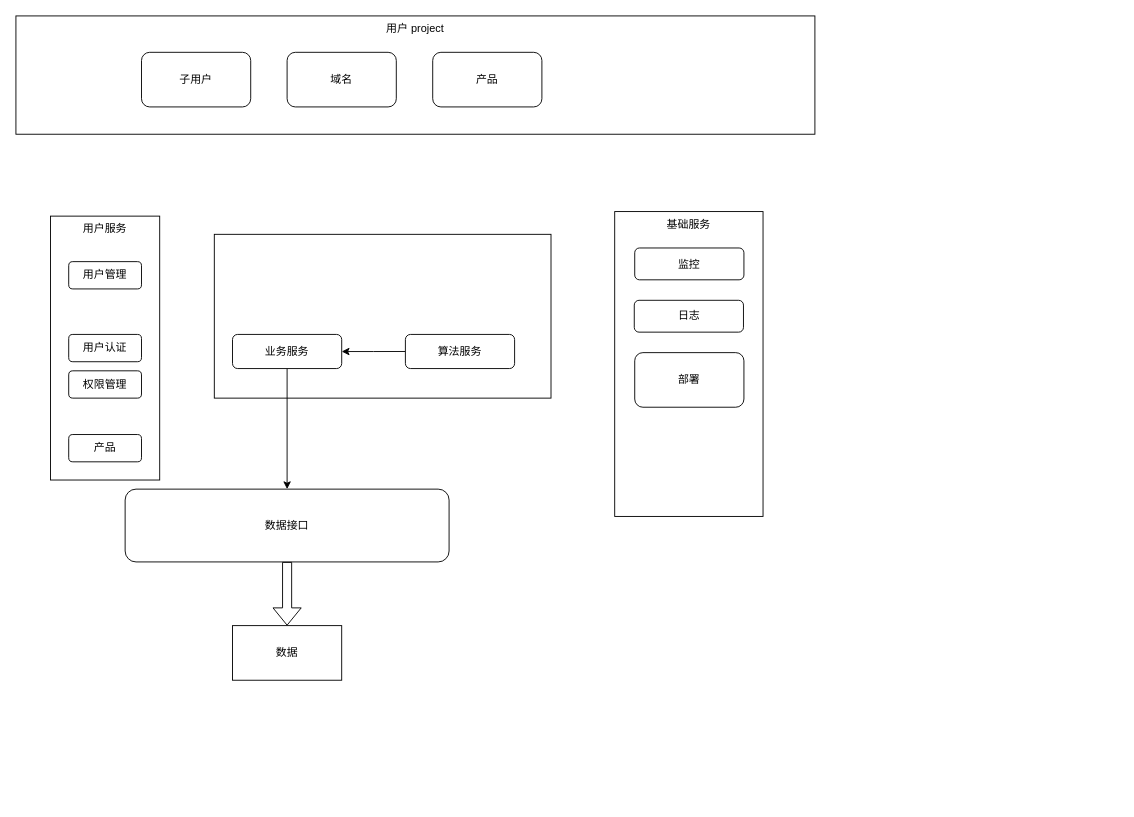
The draw.io diagram ai-talents.drawio in xianghuzhao/chart, before the edit. Source tidied: cells renumbered, new cells numbered last; positions are measured from the earlier drawing's top-left corner, leaving out a move shared by most shapes. Both pictures are drawn from the tidied source at 91%, with x=0, y=0 at pixel (15, 15).
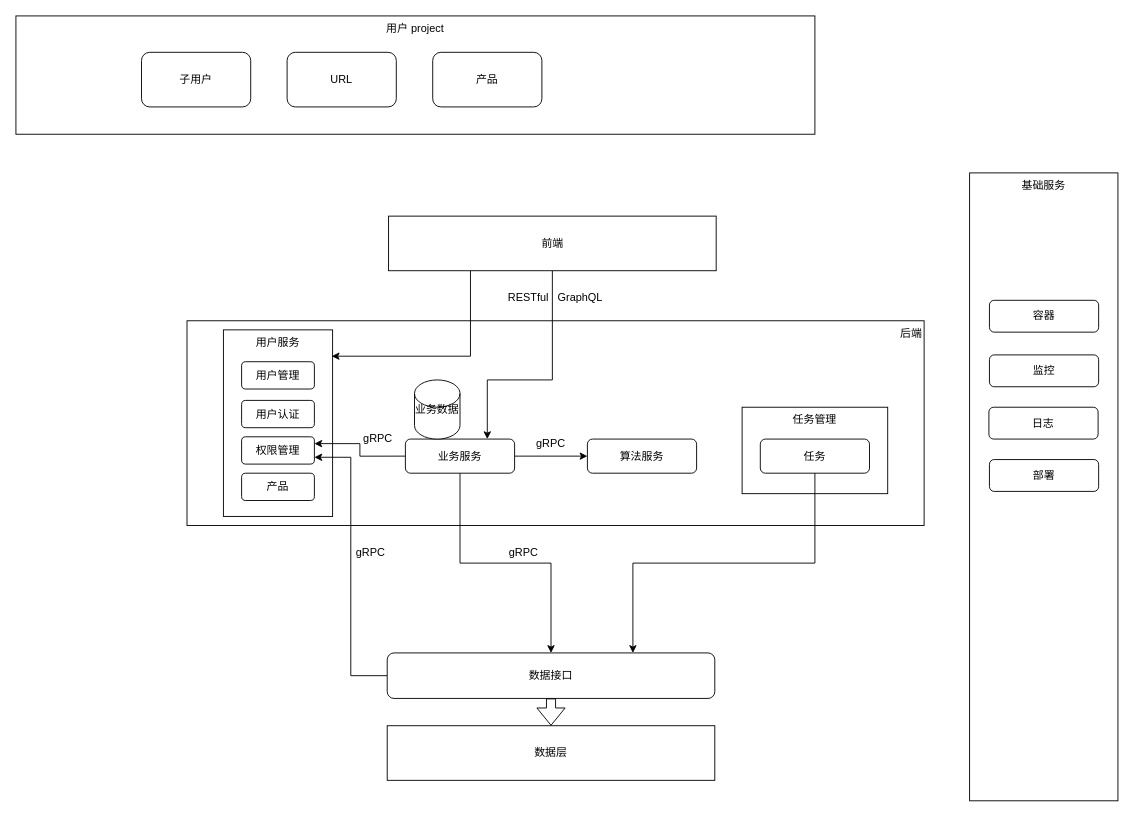
The same page after the edit.

The edit, as a diff of the source:
```diff
@@
+    <mxCell id="3" value="后端" style="rounded=0;whiteSpace=wrap;html=1;align=right;verticalAlign=top;" parent="1" vertex="1">
+      <mxGeometry x="188" y="335" width="810" height="225" as="geometry" />
+    </mxCell>
     <mxCell id="2" value="用户服务" style="rounded=0;whiteSpace=wrap;html=1;verticalAlign=top;" parent="1" vertex="1">
-      <mxGeometry x="38" y="220" width="120" height="290" as="geometry" />
+      <mxGeometry x="228" y="345" width="120" height="205" as="geometry" />
     </mxCell>
-    <mxCell id="3" style="rounded=0;whiteSpace=wrap;html=1;" parent="1" vertex="1">
-      <mxGeometry x="218" y="240" width="370" height="180" as="geometry" />
-    </mxCell>
     <mxCell id="4" value="用户管理" style="rounded=1;whiteSpace=wrap;html=1;" parent="1" vertex="1">
-      <mxGeometry x="58" y="270" width="80" height="30" as="geometry" />
+      <mxGeometry x="248" y="380" width="80" height="30" as="geometry" />
     </mxCell>
     <mxCell id="5" value="用户认证" style="rounded=1;whiteSpace=wrap;html=1;" parent="1" vertex="1">
-      <mxGeometry x="58" y="350" width="80" height="30" as="geometry" />
+      <mxGeometry x="248" y="422.5" width="80" height="30" as="geometry" />
     </mxCell>
     <mxCell id="6" value="权限管理" style="rounded=1;whiteSpace=wrap;html=1;" parent="1" vertex="1">
-      <mxGeometry x="58" y="390" width="80" height="30" as="geometry" />
+      <mxGeometry x="248" y="462.5" width="80" height="30" as="geometry" />
     </mxCell>
-    <mxCell id="7" value="数据" style="rounded=0;whiteSpace=wrap;html=1;" parent="1" vertex="1">
-      <mxGeometry x="238" y="670" width="120" height="60" as="geometry" />
+    <mxCell id="7" value="数据层" style="rounded=0;whiteSpace=wrap;html=1;" parent="1" vertex="1">
+      <mxGeometry x="408" y="780" width="360" height="60" as="geometry" />
     </mxCell>
+    <mxCell id="23" style="edgeStyle=orthogonalEdgeStyle;rounded=0;jettySize=auto;html=1;exitX=0;exitY=0.5;exitDx=0;exitDy=0;entryX=1;entryY=0.75;entryDx=0;entryDy=0;" parent="1" edge="1" source="8" target="6">
+      <mxGeometry relative="1" as="geometry" />
+    </mxCell>
     <mxCell id="8" value="数据接口" style="rounded=1;whiteSpace=wrap;html=1;" parent="1" vertex="1">
-      <mxGeometry x="120" y="520" width="356" height="80" as="geometry" />
+      <mxGeometry x="408" y="700" width="360" height="50" as="geometry" />
     </mxCell>
@@
+    <mxCell id="24" style="edgeStyle=orthogonalEdgeStyle;rounded=0;jettySize=auto;html=1;" parent="1" edge="1" source="10" target="12">
+      <mxGeometry relative="1" as="geometry" />
+    </mxCell>
+    <mxCell id="25" style="edgeStyle=orthogonalEdgeStyle;rounded=0;jettySize=auto;html=1;exitX=0;exitY=0.5;exitDx=0;exitDy=0;entryX=1;entryY=0.25;entryDx=0;entryDy=0;" parent="1" edge="1" source="10" target="6">
+      <mxGeometry relative="1" as="geometry" />
+    </mxCell>
     <mxCell id="10" value="业务服务" style="rounded=1;whiteSpace=wrap;html=1;" parent="1" vertex="1">
-      <mxGeometry x="238" y="350" width="120" height="37.5" as="geometry" />
+      <mxGeometry x="428" y="465" width="120" height="37.5" as="geometry" />
     </mxCell>
-    <mxCell id="11" style="edgeStyle=orthogonalEdgeStyle;rounded=0;jettySize=auto;html=1;exitX=0;exitY=0.5;exitDx=0;exitDy=0;" parent="1" edge="1" source="12" target="10">
-      <mxGeometry relative="1" as="geometry" />
-    </mxCell>
     <mxCell id="12" value="算法服务" style="rounded=1;whiteSpace=wrap;html=1;" parent="1" vertex="1">
-      <mxGeometry x="428" y="350" width="120" height="37.5" as="geometry" />
+      <mxGeometry x="628" y="465" width="120" height="37.5" as="geometry" />
     </mxCell>
     <mxCell id="13" value="基础服务" style="rounded=0;whiteSpace=wrap;html=1;verticalAlign=top;" parent="1" vertex="1">
-      <mxGeometry x="658" y="215" width="163" height="335" as="geometry" />
+      <mxGeometry x="1048" y="172.5" width="163" height="690" as="geometry" />
     </mxCell>
     <mxCell id="14" value="监控" style="rounded=1;whiteSpace=wrap;html=1;" parent="1" vertex="1">
-      <mxGeometry x="680" y="255" width="120" height="35" as="geometry" />
+      <mxGeometry x="1069.8" y="372.5" width="120" height="35" as="geometry" />
     </mxCell>
     <mxCell id="15" value="日志" style="rounded=1;whiteSpace=wrap;html=1;" parent="1" vertex="1">
-      <mxGeometry x="679.5" y="312.5" width="120" height="35" as="geometry" />
+      <mxGeometry x="1069.2" y="430" width="120" height="35" as="geometry" />
     </mxCell>
@@
-    <mxCell id="18" value="域名" style="rounded=1;whiteSpace=wrap;html=1;" parent="1" vertex="1">
+    <mxCell id="18" value="URL" style="rounded=1;whiteSpace=wrap;html=1;" parent="1" vertex="1">
       <mxGeometry x="298" y="40" width="120" height="60" as="geometry" />
     </mxCell>
     <mxCell id="19" value="部署" style="rounded=1;whiteSpace=wrap;html=1;" parent="1" vertex="1">
-      <mxGeometry x="680" y="370" width="120" height="60" as="geometry" />
+      <mxGeometry x="1069.8" y="487.5" width="120" height="35" as="geometry" />
     </mxCell>
@@
     <mxCell id="22" value="产品" style="rounded=1;whiteSpace=wrap;html=1;" parent="1" vertex="1">
-      <mxGeometry x="58" y="460" width="80" height="30" as="geometry" />
+      <mxGeometry x="248" y="502.5" width="80" height="30" as="geometry" />
     </mxCell>
+    <mxCell id="26" value="容器" style="rounded=1;whiteSpace=wrap;html=1;" parent="1" vertex="1">
+      <mxGeometry x="1069.8" y="312.5" width="120" height="35" as="geometry" />
+    </mxCell>
+    <mxCell id="27" value="业务数据" style="shape=cylinder2;whiteSpace=wrap;html=1;boundedLbl=1;backgroundOutline=1;size=15;verticalAlign=middle;" parent="1" vertex="1">
+      <mxGeometry x="438" y="400" width="50" height="65" as="geometry" />
+    </mxCell>
+    <mxCell id="28" style="edgeStyle=orthogonalEdgeStyle;rounded=0;jettySize=auto;html=1;entryX=0.992;entryY=0.141;entryDx=0;entryDy=0;exitX=0.25;exitY=1;exitDx=0;exitDy=0;entryPerimeter=0;" parent="1" edge="1" source="30" target="2">
+      <mxGeometry relative="1" as="geometry" />
+    </mxCell>
+    <mxCell id="29" style="edgeStyle=orthogonalEdgeStyle;rounded=0;jettySize=auto;html=1;entryX=0.75;entryY=0;entryDx=0;entryDy=0;" parent="1" edge="1" source="30" target="10">
+      <mxGeometry relative="1" as="geometry">
+        <Array as="points">
+          <mxPoint x="590" y="400" />
+          <mxPoint x="518" y="400" />
+        </Array>
+      </mxGeometry>
+    </mxCell>
+    <mxCell id="30" value="前端" style="rounded=0;whiteSpace=wrap;html=1;" parent="1" vertex="1">
+      <mxGeometry x="409.5" y="220" width="360" height="60" as="geometry" />
+    </mxCell>
+    <mxCell id="31" value="RESTful&amp;nbsp; &amp;nbsp;GraphQL" style="text;html=1;strokeColor=none;fillColor=none;align=center;verticalAlign=middle;whiteSpace=wrap;rounded=0;" parent="1" vertex="1">
+      <mxGeometry x="528" y="300" width="130" height="20" as="geometry" />
+    </mxCell>
+    <mxCell id="32" value="gRPC" style="text;html=1;strokeColor=none;fillColor=none;align=center;verticalAlign=middle;whiteSpace=wrap;rounded=0;" parent="1" vertex="1">
+      <mxGeometry x="568" y="460" width="40" height="20" as="geometry" />
+    </mxCell>
+    <mxCell id="33" value="gRPC" style="text;html=1;strokeColor=none;fillColor=none;align=center;verticalAlign=middle;whiteSpace=wrap;rounded=0;" parent="1" vertex="1">
+      <mxGeometry x="538" y="580" width="40" height="20" as="geometry" />
+    </mxCell>
+    <mxCell id="34" value="gRPC" style="text;html=1;strokeColor=none;fillColor=none;align=center;verticalAlign=middle;whiteSpace=wrap;rounded=0;" parent="1" vertex="1">
+      <mxGeometry x="378" y="455" width="40" height="20" as="geometry" />
+    </mxCell>
+    <mxCell id="35" value="gRPC" style="text;html=1;strokeColor=none;fillColor=none;align=center;verticalAlign=middle;whiteSpace=wrap;rounded=0;" parent="1" vertex="1">
+      <mxGeometry x="369.5" y="580" width="40" height="20" as="geometry" />
+    </mxCell>
+    <mxCell id="36" value="任务管理" style="rounded=0;whiteSpace=wrap;html=1;verticalAlign=top;" parent="1" vertex="1">
+      <mxGeometry x="798" y="430" width="160" height="95" as="geometry" />
+    </mxCell>
+    <mxCell id="37" value="任务" style="rounded=1;whiteSpace=wrap;html=1;" parent="1" vertex="1">
+      <mxGeometry x="818" y="465" width="120" height="37.5" as="geometry" />
+    </mxCell>
+    <mxCell id="38" style="edgeStyle=orthogonalEdgeStyle;rounded=0;jettySize=auto;html=1;entryX=0.75;entryY=0;entryDx=0;entryDy=0;exitX=0.5;exitY=1;exitDx=0;exitDy=0;" parent="1" edge="1" source="37" target="8">
+      <mxGeometry relative="1" as="geometry" />
+    </mxCell>
+    <mxCell id="39" style="edgeStyle=orthogonalEdgeStyle;rounded=0;orthogonalLoop=1;jettySize=auto;html=1;exitX=0.5;exitY=1;exitDx=0;exitDy=0;" parent="1" edge="1" source="2" target="2">
+      <mxGeometry relative="1" as="geometry" />
+    </mxCell>
```
